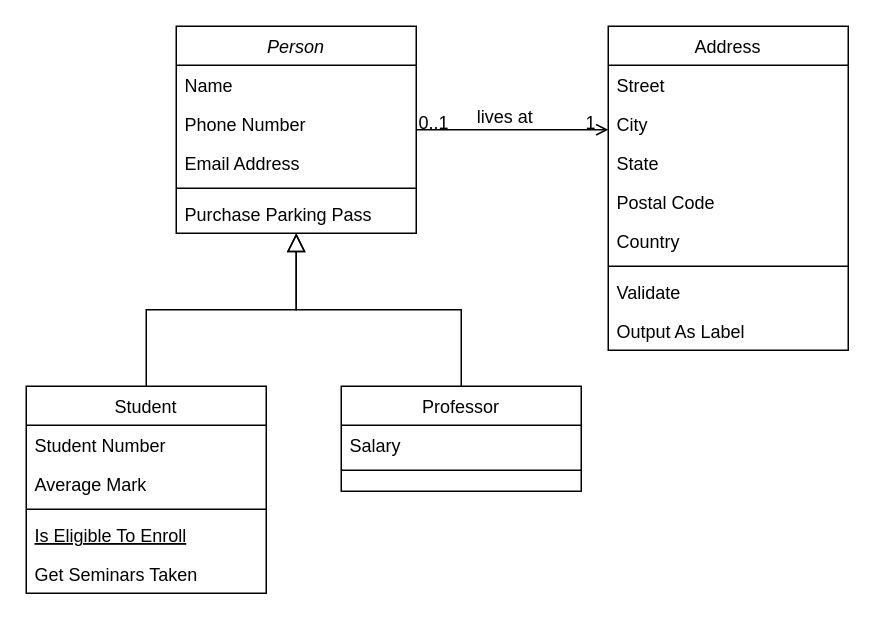
noahq24/sql-data-warehouse-project keeps this draw.io diagram as diagram/Integration Model.drawio. Above is the earlier version. Source tidied: cells renumbered, new cells numbered last; positions are measured from the earlier drawing's top-left corner, leaving out a move shared by most shapes. Both pictures are drawn from the tidied source at 150%, with x=0, y=0 at pixel (26, 26).
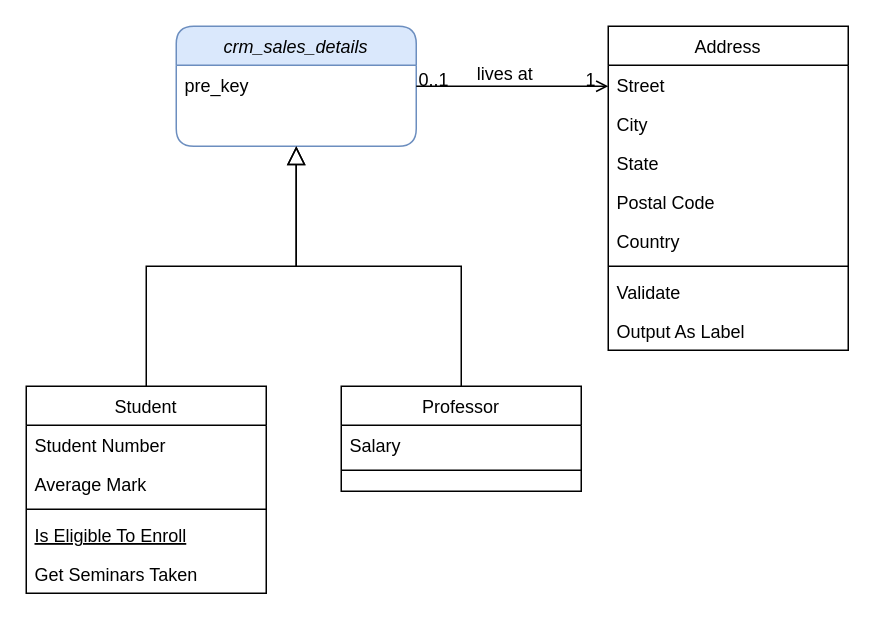
The same diagram, later.

The edit, as a diff of the source:
```diff
@@
-    <mxCell id="2" value="Person" style="swimlane;fontStyle=2;align=center;verticalAlign=top;horizontal=1;startSize=26;rounded=0;shadow=0;strokeWidth=1;" parent="1" vertex="1">
-      <mxGeometry x="100" width="160" height="138" as="geometry" />
+    <mxCell id="2" value="crm_sales_details" style="swimlane;fontStyle=2;align=center;verticalAlign=top;horizontal=1;startSize=26;rounded=1;shadow=0;strokeWidth=1;fillColor=#dae8fc;strokeColor=#6c8ebf;" parent="1" vertex="1">
+      <mxGeometry x="100" width="160" height="80" as="geometry" />
     </mxCell>
-    <mxCell id="3" value="Name" style="text;align=left;verticalAlign=top;spacingLeft=4;spacingRight=4;overflow=hidden;" parent="2" vertex="1">
+    <mxCell id="3" value="pre_key" style="text;align=left;verticalAlign=top;spacingLeft=4;spacingRight=4;overflow=hidden;" parent="2" vertex="1">
       <mxGeometry y="26" width="160" height="26" as="geometry" />
     </mxCell>
-    <mxCell id="4" value="Phone Number" style="text;align=left;verticalAlign=top;spacingLeft=4;spacingRight=4;overflow=hidden;rounded=0;shadow=0;html=0;" parent="2" vertex="1">
-      <mxGeometry y="52" width="160" height="26" as="geometry" />
-    </mxCell>
-    <mxCell id="5" value="Email Address" style="text;align=left;verticalAlign=top;spacingLeft=4;spacingRight=4;overflow=hidden;rounded=0;shadow=0;html=0;" parent="2" vertex="1">
-      <mxGeometry y="78" width="160" height="26" as="geometry" />
-    </mxCell>
-    <mxCell id="6" style="line;html=1;strokeWidth=1;align=left;verticalAlign=middle;spacingTop=-1;spacingLeft=3;spacingRight=3;labelPosition=right;" parent="2" vertex="1">
-      <mxGeometry y="104" width="160" height="8" as="geometry" />
-    </mxCell>
-    <mxCell id="7" value="Purchase Parking Pass" style="text;align=left;verticalAlign=top;spacingLeft=4;spacingRight=4;overflow=hidden;" parent="2" vertex="1">
-      <mxGeometry y="112" width="160" height="26" as="geometry" />
-    </mxCell>
```
